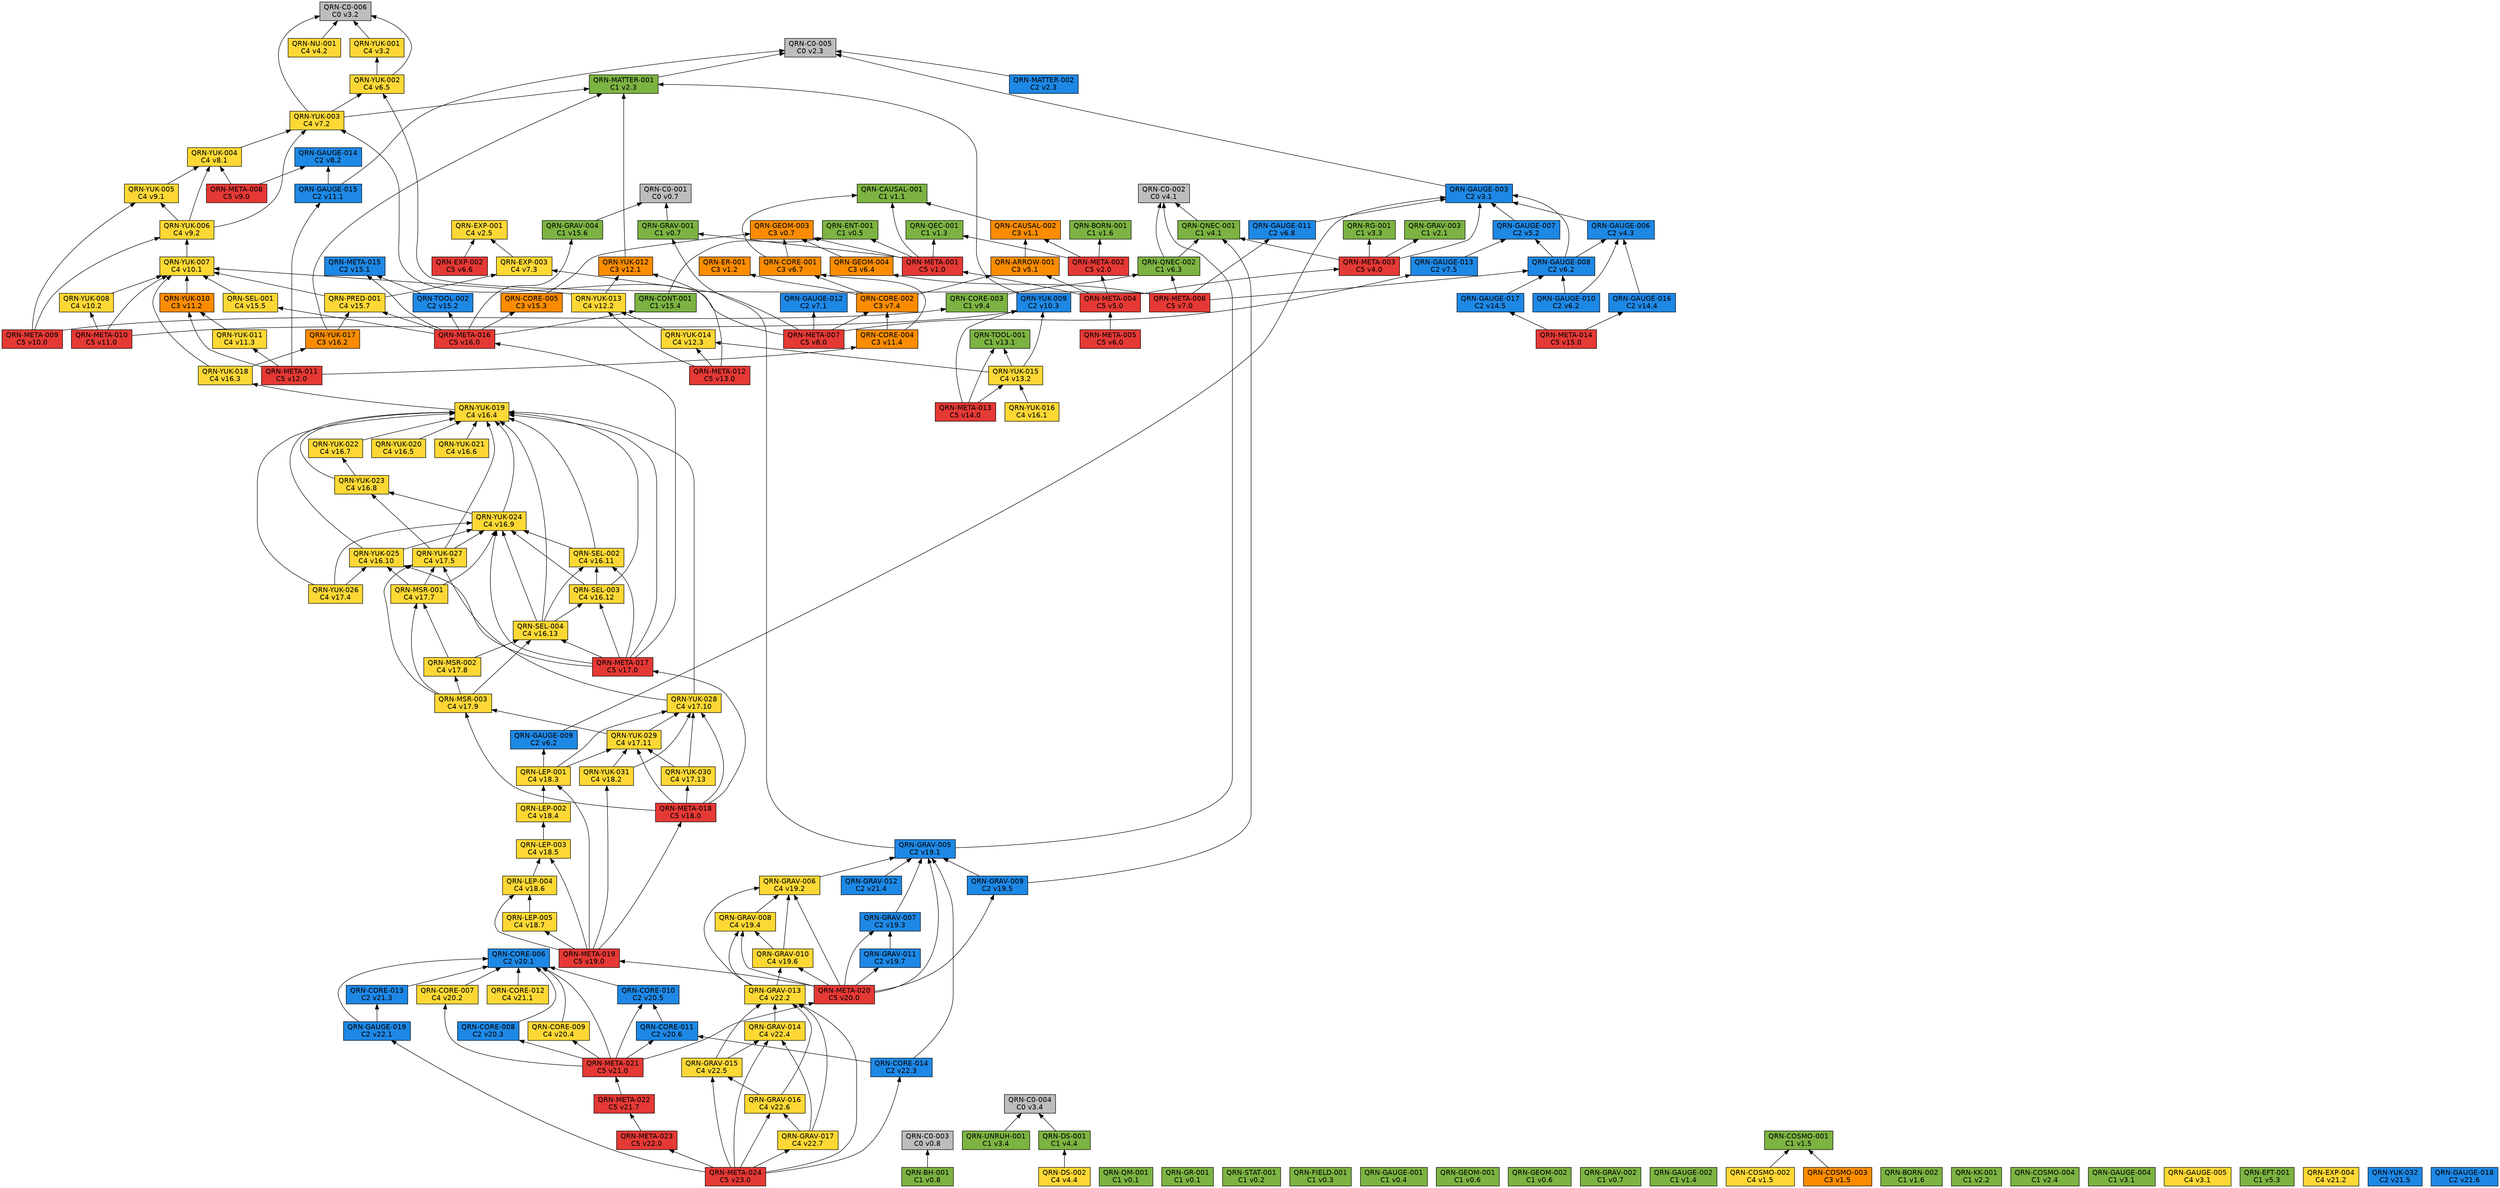
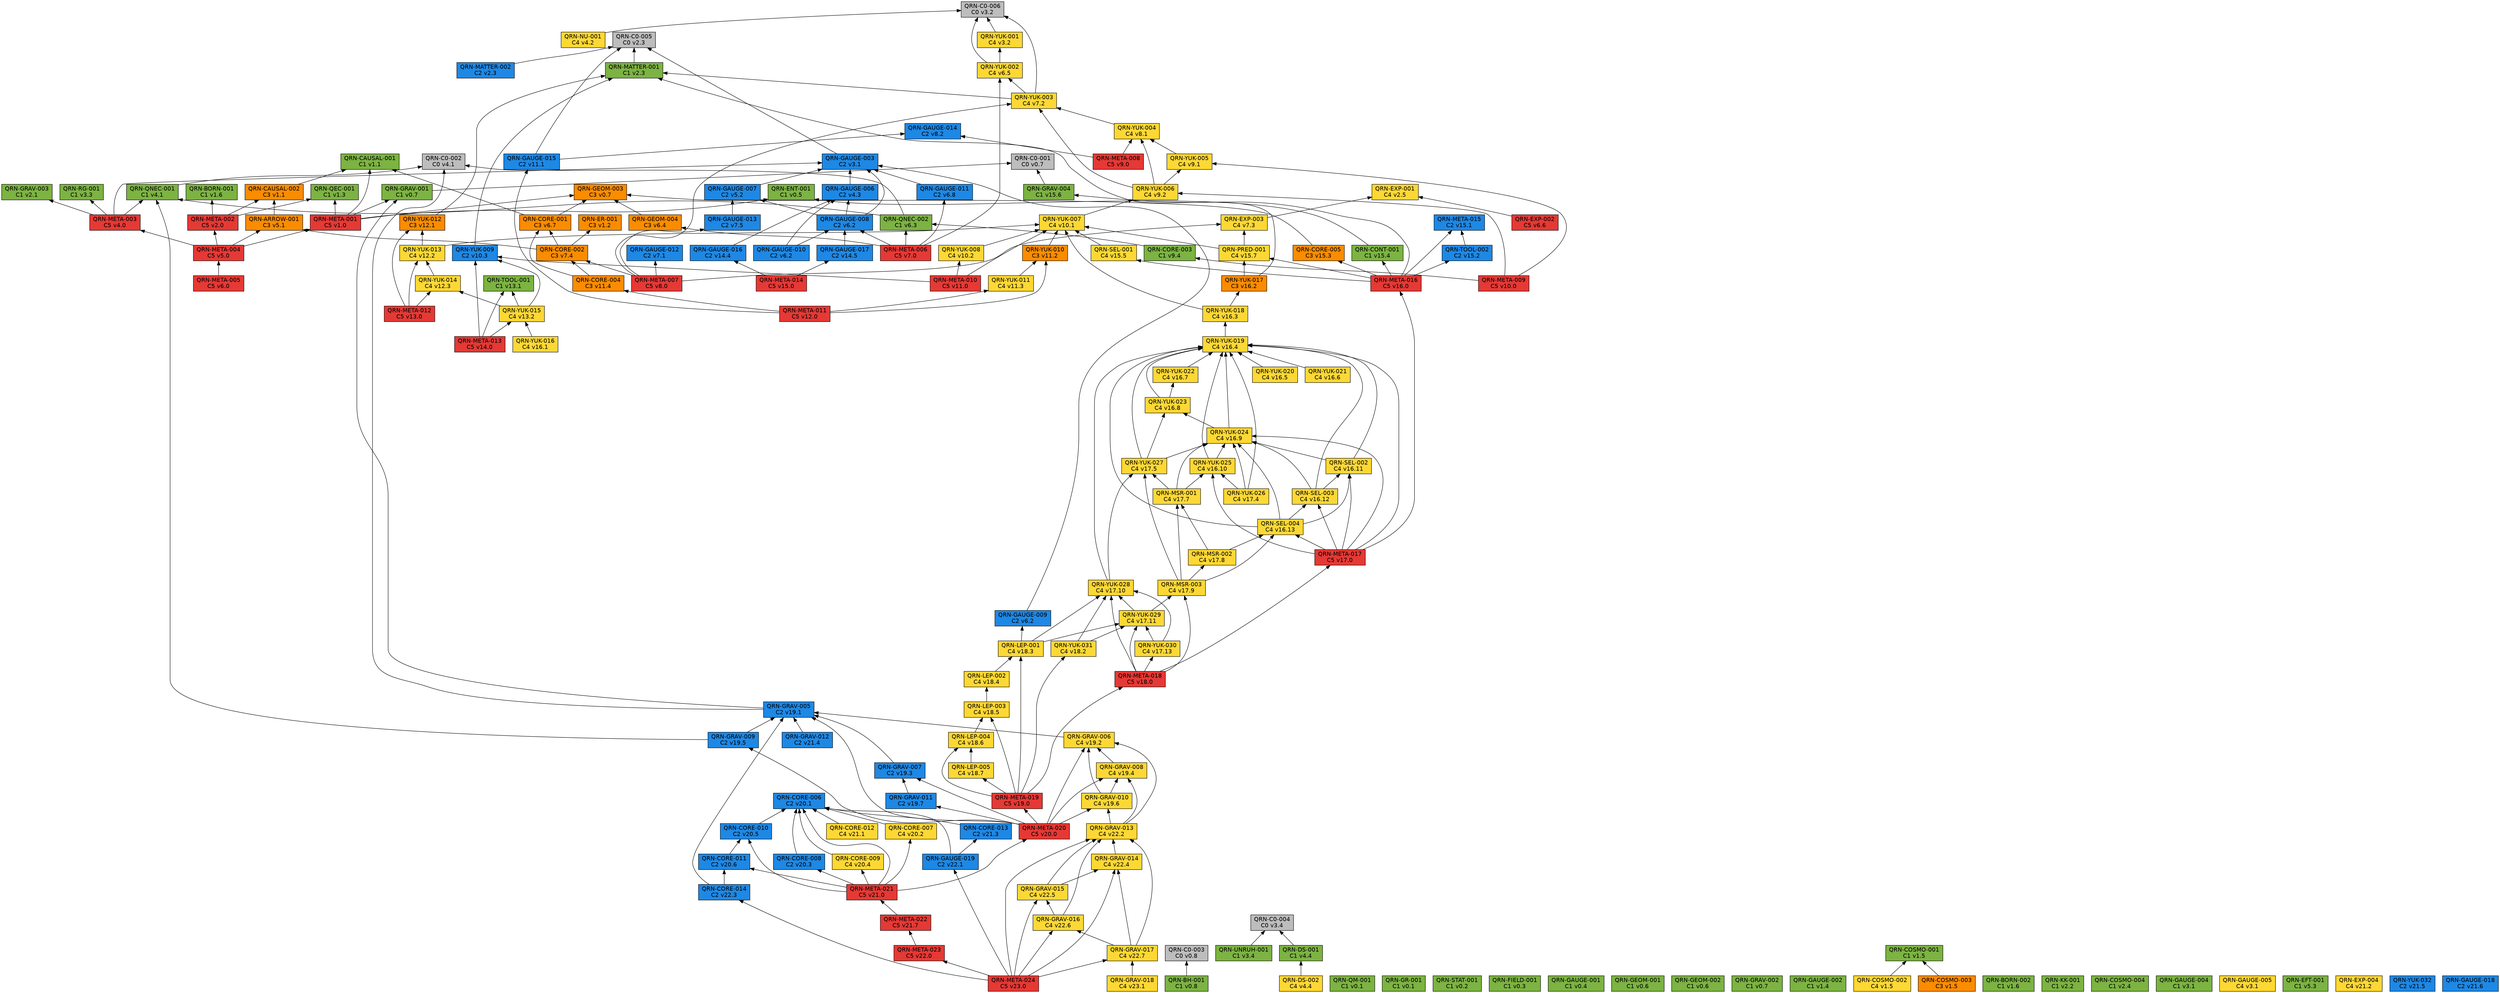
// 自動生成 (dag/report.pl) — QRN 主張依存グラフ
digraph qrn {
  rankdir=BT;
  node [shape=box, style=filled, fontname="Helvetica"];
  "QRN-C0-001" [fillcolor="#bdbdbd", label="QRN-C0-001\nC0 v0.7"];
  "QRN-C0-002" [fillcolor="#bdbdbd", label="QRN-C0-002\nC0 v4.1"];
  "QRN-C0-003" [fillcolor="#bdbdbd", label="QRN-C0-003\nC0 v0.8"];
  "QRN-C0-004" [fillcolor="#bdbdbd", label="QRN-C0-004\nC0 v3.4"];
  "QRN-C0-005" [fillcolor="#bdbdbd", label="QRN-C0-005\nC0 v2.3"];
  "QRN-C0-006" [fillcolor="#bdbdbd", label="QRN-C0-006\nC0 v3.2"];
  "QRN-QM-001" [fillcolor="#7cb342", label="QRN-QM-001\nC1 v0.1"];
  "QRN-GR-001" [fillcolor="#7cb342", label="QRN-GR-001\nC1 v0.1"];
  "QRN-STAT-001" [fillcolor="#7cb342", label="QRN-STAT-001\nC1 v0.2"];
  "QRN-FIELD-001" [fillcolor="#7cb342", label="QRN-FIELD-001\nC1 v0.3"];
  "QRN-GAUGE-001" [fillcolor="#7cb342", label="QRN-GAUGE-001\nC1 v0.4"];
  "QRN-ENT-001" [fillcolor="#7cb342", label="QRN-ENT-001\nC1 v0.5"];
  "QRN-GEOM-001" [fillcolor="#7cb342", label="QRN-GEOM-001\nC1 v0.6"];
  "QRN-GEOM-002" [fillcolor="#7cb342", label="QRN-GEOM-002\nC1 v0.6"];
  "QRN-GEOM-003" [fillcolor="#fb8c00", label="QRN-GEOM-003\nC3 v0.7"];
  "QRN-GRAV-001" [fillcolor="#7cb342", label="QRN-GRAV-001\nC1 v0.7"];
  "QRN-GRAV-002" [fillcolor="#7cb342", label="QRN-GRAV-002\nC1 v0.7"];
  "QRN-BH-001" [fillcolor="#7cb342", label="QRN-BH-001\nC1 v0.8"];
  "QRN-CAUSAL-001" [fillcolor="#7cb342", label="QRN-CAUSAL-001\nC1 v1.1"];
  "QRN-CAUSAL-002" [fillcolor="#fb8c00", label="QRN-CAUSAL-002\nC3 v1.1"];
  "QRN-ER-001" [fillcolor="#fb8c00", label="QRN-ER-001\nC3 v1.2"];
  "QRN-QEC-001" [fillcolor="#7cb342", label="QRN-QEC-001\nC1 v1.3"];
  "QRN-GAUGE-002" [fillcolor="#7cb342", label="QRN-GAUGE-002\nC1 v1.4"];
  "QRN-COSMO-001" [fillcolor="#7cb342", label="QRN-COSMO-001\nC1 v1.5"];
  "QRN-COSMO-002" [fillcolor="#fdd835", label="QRN-COSMO-002\nC4 v1.5"];
  "QRN-COSMO-003" [fillcolor="#fb8c00", label="QRN-COSMO-003\nC3 v1.5"];
  "QRN-BORN-001" [fillcolor="#7cb342", label="QRN-BORN-001\nC1 v1.6"];
  "QRN-BORN-002" [fillcolor="#7cb342", label="QRN-BORN-002\nC1 v1.6"];
  "QRN-GRAV-003" [fillcolor="#7cb342", label="QRN-GRAV-003\nC1 v2.1"];
  "QRN-KK-001" [fillcolor="#7cb342", label="QRN-KK-001\nC1 v2.2"];
  "QRN-MATTER-001" [fillcolor="#7cb342", label="QRN-MATTER-001\nC1 v2.3"];
  "QRN-MATTER-002" [fillcolor="#1e88e5", label="QRN-MATTER-002\nC2 v2.3"];
  "QRN-COSMO-004" [fillcolor="#7cb342", label="QRN-COSMO-004\nC1 v2.4"];
  "QRN-EXP-001" [fillcolor="#fdd835", label="QRN-EXP-001\nC4 v2.5"];
  "QRN-GAUGE-003" [fillcolor="#1e88e5", label="QRN-GAUGE-003\nC2 v3.1"];
  "QRN-GAUGE-004" [fillcolor="#7cb342", label="QRN-GAUGE-004\nC1 v3.1"];
  "QRN-GAUGE-005" [fillcolor="#fdd835", label="QRN-GAUGE-005\nC4 v3.1"];
  "QRN-YUK-001" [fillcolor="#fdd835", label="QRN-YUK-001\nC4 v3.2"];
  "QRN-RG-001" [fillcolor="#7cb342", label="QRN-RG-001\nC1 v3.3"];
  "QRN-UNRUH-001" [fillcolor="#7cb342", label="QRN-UNRUH-001\nC1 v3.4"];
  "QRN-QNEC-001" [fillcolor="#7cb342", label="QRN-QNEC-001\nC1 v4.1"];
  "QRN-NU-001" [fillcolor="#fdd835", label="QRN-NU-001\nC4 v4.2"];
  "QRN-GAUGE-006" [fillcolor="#1e88e5", label="QRN-GAUGE-006\nC2 v4.3"];
  "QRN-DS-001" [fillcolor="#7cb342", label="QRN-DS-001\nC1 v4.4"];
  "QRN-DS-002" [fillcolor="#fdd835", label="QRN-DS-002\nC4 v4.4"];
  "QRN-ARROW-001" [fillcolor="#fb8c00", label="QRN-ARROW-001\nC3 v5.1"];
  "QRN-GAUGE-007" [fillcolor="#1e88e5", label="QRN-GAUGE-007\nC2 v5.2"];
  "QRN-EFT-001" [fillcolor="#7cb342", label="QRN-EFT-001\nC1 v5.3"];
  "QRN-GAUGE-008" [fillcolor="#1e88e5", label="QRN-GAUGE-008\nC2 v6.2"];
  "QRN-GAUGE-009" [fillcolor="#1e88e5", label="QRN-GAUGE-009\nC2 v6.2"];
  "QRN-GAUGE-010" [fillcolor="#1e88e5", label="QRN-GAUGE-010\nC2 v6.2"];
  "QRN-QNEC-002" [fillcolor="#7cb342", label="QRN-QNEC-002\nC1 v6.3"];
  "QRN-GEOM-004" [fillcolor="#fb8c00", label="QRN-GEOM-004\nC3 v6.4"];
  "QRN-YUK-002" [fillcolor="#fdd835", label="QRN-YUK-002\nC4 v6.5"];
  "QRN-EXP-002" [fillcolor="#e53935", label="QRN-EXP-002\nC5 v6.6"];
  "QRN-CORE-001" [fillcolor="#fb8c00", label="QRN-CORE-001\nC3 v6.7"];
  "QRN-GAUGE-011" [fillcolor="#1e88e5", label="QRN-GAUGE-011\nC2 v6.8"];
  "QRN-GAUGE-012" [fillcolor="#1e88e5", label="QRN-GAUGE-012\nC2 v7.1"];
  "QRN-YUK-003" [fillcolor="#fdd835", label="QRN-YUK-003\nC4 v7.2"];
  "QRN-EXP-003" [fillcolor="#fdd835", label="QRN-EXP-003\nC4 v7.3"];
  "QRN-CORE-002" [fillcolor="#fb8c00", label="QRN-CORE-002\nC3 v7.4"];
  "QRN-GAUGE-013" [fillcolor="#1e88e5", label="QRN-GAUGE-013\nC2 v7.5"];
  "QRN-YUK-004" [fillcolor="#fdd835", label="QRN-YUK-004\nC4 v8.1"];
  "QRN-GAUGE-014" [fillcolor="#1e88e5", label="QRN-GAUGE-014\nC2 v8.2"];
  "QRN-META-001" [fillcolor="#e53935", label="QRN-META-001\nC5 v1.0"];
  "QRN-META-002" [fillcolor="#e53935", label="QRN-META-002\nC5 v2.0"];
  "QRN-META-003" [fillcolor="#e53935", label="QRN-META-003\nC5 v4.0"];
  "QRN-META-004" [fillcolor="#e53935", label="QRN-META-004\nC5 v5.0"];
  "QRN-META-005" [fillcolor="#e53935", label="QRN-META-005\nC5 v6.0"];
  "QRN-META-006" [fillcolor="#e53935", label="QRN-META-006\nC5 v7.0"];
  "QRN-META-007" [fillcolor="#e53935", label="QRN-META-007\nC5 v8.0"];
  "QRN-META-008" [fillcolor="#e53935", label="QRN-META-008\nC5 v9.0"];
  "QRN-YUK-005" [fillcolor="#fdd835", label="QRN-YUK-005\nC4 v9.1"];
  "QRN-YUK-006" [fillcolor="#fdd835", label="QRN-YUK-006\nC4 v9.2"];
  "QRN-CORE-003" [fillcolor="#7cb342", label="QRN-CORE-003\nC1 v9.4"];
  "QRN-META-009" [fillcolor="#e53935", label="QRN-META-009\nC5 v10.0"];
  "QRN-YUK-007" [fillcolor="#fdd835", label="QRN-YUK-007\nC4 v10.1"];
  "QRN-YUK-008" [fillcolor="#fdd835", label="QRN-YUK-008\nC4 v10.2"];
  "QRN-YUK-009" [fillcolor="#1e88e5", label="QRN-YUK-009\nC2 v10.3"];
  "QRN-META-010" [fillcolor="#e53935", label="QRN-META-010\nC5 v11.0"];
  "QRN-GAUGE-015" [fillcolor="#1e88e5", label="QRN-GAUGE-015\nC2 v11.1"];
  "QRN-YUK-010" [fillcolor="#fb8c00", label="QRN-YUK-010\nC3 v11.2"];
  "QRN-YUK-011" [fillcolor="#fdd835", label="QRN-YUK-011\nC4 v11.3"];
  "QRN-CORE-004" [fillcolor="#fb8c00", label="QRN-CORE-004\nC3 v11.4"];
  "QRN-META-011" [fillcolor="#e53935", label="QRN-META-011\nC5 v12.0"];
  "QRN-YUK-012" [fillcolor="#fb8c00", label="QRN-YUK-012\nC3 v12.1"];
  "QRN-YUK-013" [fillcolor="#fdd835", label="QRN-YUK-013\nC4 v12.2"];
  "QRN-YUK-014" [fillcolor="#fdd835", label="QRN-YUK-014\nC4 v12.3"];
  "QRN-META-012" [fillcolor="#e53935", label="QRN-META-012\nC5 v13.0"];
  "QRN-TOOL-001" [fillcolor="#7cb342", label="QRN-TOOL-001\nC1 v13.1"];
  "QRN-YUK-015" [fillcolor="#fdd835", label="QRN-YUK-015\nC4 v13.2"];
  "QRN-META-013" [fillcolor="#e53935", label="QRN-META-013\nC5 v14.0"];
  "QRN-GAUGE-016" [fillcolor="#1e88e5", label="QRN-GAUGE-016\nC2 v14.4"];
  "QRN-GAUGE-017" [fillcolor="#1e88e5", label="QRN-GAUGE-017\nC2 v14.5"];
  "QRN-META-014" [fillcolor="#e53935", label="QRN-META-014\nC5 v15.0"];
  "QRN-META-015" [fillcolor="#1e88e5", label="QRN-META-015\nC2 v15.1"];
  "QRN-TOOL-002" [fillcolor="#1e88e5", label="QRN-TOOL-002\nC2 v15.2"];
  "QRN-CORE-005" [fillcolor="#fb8c00", label="QRN-CORE-005\nC3 v15.3"];
  "QRN-CONT-001" [fillcolor="#7cb342", label="QRN-CONT-001\nC1 v15.4"];
  "QRN-SEL-001" [fillcolor="#fdd835", label="QRN-SEL-001\nC4 v15.5"];
  "QRN-GRAV-004" [fillcolor="#7cb342", label="QRN-GRAV-004\nC1 v15.6"];
  "QRN-PRED-001" [fillcolor="#fdd835", label="QRN-PRED-001\nC4 v15.7"];
  "QRN-META-016" [fillcolor="#e53935", label="QRN-META-016\nC5 v16.0"];
  "QRN-YUK-016" [fillcolor="#fdd835", label="QRN-YUK-016\nC4 v16.1"];
  "QRN-YUK-017" [fillcolor="#fb8c00", label="QRN-YUK-017\nC3 v16.2"];
  "QRN-YUK-018" [fillcolor="#fdd835", label="QRN-YUK-018\nC4 v16.3"];
  "QRN-YUK-019" [fillcolor="#fdd835", label="QRN-YUK-019\nC4 v16.4"];
  "QRN-YUK-020" [fillcolor="#fdd835", label="QRN-YUK-020\nC4 v16.5"];
  "QRN-YUK-021" [fillcolor="#fdd835", label="QRN-YUK-021\nC4 v16.6"];
  "QRN-YUK-022" [fillcolor="#fdd835", label="QRN-YUK-022\nC4 v16.7"];
  "QRN-YUK-023" [fillcolor="#fdd835", label="QRN-YUK-023\nC4 v16.8"];
  "QRN-YUK-024" [fillcolor="#fdd835", label="QRN-YUK-024\nC4 v16.9"];
  "QRN-YUK-025" [fillcolor="#fdd835", label="QRN-YUK-025\nC4 v16.10"];
  "QRN-SEL-002" [fillcolor="#fdd835", label="QRN-SEL-002\nC4 v16.11"];
  "QRN-SEL-003" [fillcolor="#fdd835", label="QRN-SEL-003\nC4 v16.12"];
  "QRN-SEL-004" [fillcolor="#fdd835", label="QRN-SEL-004\nC4 v16.13"];
  "QRN-META-017" [fillcolor="#e53935", label="QRN-META-017\nC5 v17.0"];
  "QRN-YUK-026" [fillcolor="#fdd835", label="QRN-YUK-026\nC4 v17.4"];
  "QRN-YUK-027" [fillcolor="#fdd835", label="QRN-YUK-027\nC4 v17.5"];
  "QRN-MSR-001" [fillcolor="#fdd835", label="QRN-MSR-001\nC4 v17.7"];
  "QRN-MSR-002" [fillcolor="#fdd835", label="QRN-MSR-002\nC4 v17.8"];
  "QRN-MSR-003" [fillcolor="#fdd835", label="QRN-MSR-003\nC4 v17.9"];
  "QRN-YUK-028" [fillcolor="#fdd835", label="QRN-YUK-028\nC4 v17.10"];
  "QRN-YUK-029" [fillcolor="#fdd835", label="QRN-YUK-029\nC4 v17.11"];
  "QRN-YUK-030" [fillcolor="#fdd835", label="QRN-YUK-030\nC4 v17.13"];
  "QRN-META-018" [fillcolor="#e53935", label="QRN-META-018\nC5 v18.0"];
  "QRN-YUK-031" [fillcolor="#fdd835", label="QRN-YUK-031\nC4 v18.2"];
  "QRN-LEP-001" [fillcolor="#fdd835", label="QRN-LEP-001\nC4 v18.3"];
  "QRN-LEP-002" [fillcolor="#fdd835", label="QRN-LEP-002\nC4 v18.4"];
  "QRN-LEP-003" [fillcolor="#fdd835", label="QRN-LEP-003\nC4 v18.5"];
  "QRN-LEP-004" [fillcolor="#fdd835", label="QRN-LEP-004\nC4 v18.6"];
  "QRN-LEP-005" [fillcolor="#fdd835", label="QRN-LEP-005\nC4 v18.7"];
  "QRN-META-019" [fillcolor="#e53935", label="QRN-META-019\nC5 v19.0"];
  "QRN-GRAV-005" [fillcolor="#1e88e5", label="QRN-GRAV-005\nC2 v19.1"];
  "QRN-GRAV-006" [fillcolor="#fdd835", label="QRN-GRAV-006\nC4 v19.2"];
  "QRN-GRAV-007" [fillcolor="#1e88e5", label="QRN-GRAV-007\nC2 v19.3"];
  "QRN-GRAV-008" [fillcolor="#fdd835", label="QRN-GRAV-008\nC4 v19.4"];
  "QRN-GRAV-009" [fillcolor="#1e88e5", label="QRN-GRAV-009\nC2 v19.5"];
  "QRN-GRAV-010" [fillcolor="#fdd835", label="QRN-GRAV-010\nC4 v19.6"];
  "QRN-GRAV-011" [fillcolor="#1e88e5", label="QRN-GRAV-011\nC2 v19.7"];
  "QRN-META-020" [fillcolor="#e53935", label="QRN-META-020\nC5 v20.0"];
  "QRN-CORE-006" [fillcolor="#1e88e5", label="QRN-CORE-006\nC2 v20.1"];
  "QRN-CORE-007" [fillcolor="#fdd835", label="QRN-CORE-007\nC4 v20.2"];
  "QRN-CORE-008" [fillcolor="#1e88e5", label="QRN-CORE-008\nC2 v20.3"];
  "QRN-CORE-009" [fillcolor="#fdd835", label="QRN-CORE-009\nC4 v20.4"];
  "QRN-CORE-010" [fillcolor="#1e88e5", label="QRN-CORE-010\nC2 v20.5"];
  "QRN-CORE-011" [fillcolor="#1e88e5", label="QRN-CORE-011\nC2 v20.6"];
  "QRN-META-021" [fillcolor="#e53935", label="QRN-META-021\nC5 v21.0"];
  "QRN-CORE-012" [fillcolor="#fdd835", label="QRN-CORE-012\nC4 v21.1"];
  "QRN-EXP-004" [fillcolor="#fdd835", label="QRN-EXP-004\nC4 v21.2"];
  "QRN-CORE-013" [fillcolor="#1e88e5", label="QRN-CORE-013\nC2 v21.3"];
  "QRN-GRAV-012" [fillcolor="#1e88e5", label="QRN-GRAV-012\nC2 v21.4"];
  "QRN-YUK-032" [fillcolor="#1e88e5", label="QRN-YUK-032\nC2 v21.5"];
  "QRN-GAUGE-018" [fillcolor="#1e88e5", label="QRN-GAUGE-018\nC2 v21.6"];
  "QRN-META-022" [fillcolor="#e53935", label="QRN-META-022\nC5 v21.7"];
  "QRN-META-023" [fillcolor="#e53935", label="QRN-META-023\nC5 v22.0"];
  "QRN-CORE-014" [fillcolor="#1e88e5", label="QRN-CORE-014\nC2 v22.3"];
  "QRN-GRAV-013" [fillcolor="#fdd835", label="QRN-GRAV-013\nC4 v22.2"];
  "QRN-GRAV-014" [fillcolor="#fdd835", label="QRN-GRAV-014\nC4 v22.4"];
  "QRN-GRAV-015" [fillcolor="#fdd835", label="QRN-GRAV-015\nC4 v22.5"];
  "QRN-GRAV-016" [fillcolor="#fdd835", label="QRN-GRAV-016\nC4 v22.6"];
  "QRN-GRAV-017" [fillcolor="#fdd835", label="QRN-GRAV-017\nC4 v22.7"];
  "QRN-GAUGE-019" [fillcolor="#1e88e5", label="QRN-GAUGE-019\nC2 v22.1"];
  "QRN-META-024" [fillcolor="#e53935", label="QRN-META-024\nC5 v23.0"];
+   "QRN-GRAV-018" [fillcolor="#fdd835", label="QRN-GRAV-018\nC4 v23.1"];
  "QRN-GRAV-001" -> "QRN-C0-001";
  "QRN-BH-001" -> "QRN-C0-003";
  "QRN-CAUSAL-002" -> "QRN-CAUSAL-001";
  "QRN-COSMO-002" -> "QRN-COSMO-001";
  "QRN-COSMO-003" -> "QRN-COSMO-001";
  "QRN-MATTER-001" -> "QRN-C0-005";
  "QRN-MATTER-002" -> "QRN-C0-005";
  "QRN-GAUGE-003" -> "QRN-C0-005";
  "QRN-YUK-001" -> "QRN-C0-006";
  "QRN-UNRUH-001" -> "QRN-C0-004";
  "QRN-QNEC-001" -> "QRN-C0-002";
  "QRN-NU-001" -> "QRN-C0-006";
  "QRN-GAUGE-006" -> "QRN-GAUGE-003";
  "QRN-DS-001" -> "QRN-C0-004";
  "QRN-DS-002" -> "QRN-DS-001";
  "QRN-ARROW-001" -> "QRN-CAUSAL-002";
  "QRN-GAUGE-007" -> "QRN-GAUGE-003";
  "QRN-GAUGE-008" -> "QRN-GAUGE-003";
  "QRN-GAUGE-008" -> "QRN-GAUGE-006";
  "QRN-GAUGE-008" -> "QRN-GAUGE-007";
  "QRN-GAUGE-009" -> "QRN-GAUGE-003";
  "QRN-GAUGE-010" -> "QRN-GAUGE-006";
  "QRN-GAUGE-010" -> "QRN-GAUGE-008";
  "QRN-QNEC-002" -> "QRN-C0-002";
  "QRN-QNEC-002" -> "QRN-QNEC-001";
  "QRN-GEOM-004" -> "QRN-GEOM-003";
  "QRN-YUK-002" -> "QRN-C0-006";
  "QRN-YUK-002" -> "QRN-YUK-001";
  "QRN-EXP-002" -> "QRN-EXP-001";
  "QRN-CORE-001" -> "QRN-GEOM-003";
  "QRN-CORE-001" -> "QRN-CAUSAL-001";
  "QRN-GAUGE-011" -> "QRN-GAUGE-003";
  "QRN-YUK-003" -> "QRN-C0-006";
  "QRN-YUK-003" -> "QRN-MATTER-001";
  "QRN-YUK-003" -> "QRN-YUK-002";
  "QRN-EXP-003" -> "QRN-EXP-001";
  "QRN-CORE-002" -> "QRN-CORE-001";
  "QRN-CORE-002" -> "QRN-ER-001";
  "QRN-CORE-002" -> "QRN-ARROW-001";
  "QRN-GAUGE-013" -> "QRN-GAUGE-007";
  "QRN-YUK-004" -> "QRN-YUK-003";
  "QRN-META-001" -> "QRN-GEOM-003";
  "QRN-META-001" -> "QRN-GRAV-001";
  "QRN-META-001" -> "QRN-CAUSAL-001";
  "QRN-META-001" -> "QRN-QEC-001";
  "QRN-META-001" -> "QRN-ENT-001";
  "QRN-META-002" -> "QRN-QEC-001";
  "QRN-META-002" -> "QRN-BORN-001";
  "QRN-META-002" -> "QRN-CAUSAL-002";
  "QRN-META-003" -> "QRN-GAUGE-003";
  "QRN-META-003" -> "QRN-RG-001";
  "QRN-META-003" -> "QRN-QNEC-001";
  "QRN-META-003" -> "QRN-GRAV-003";
  "QRN-META-004" -> "QRN-META-001";
  "QRN-META-004" -> "QRN-META-002";
  "QRN-META-004" -> "QRN-META-003";
  "QRN-META-004" -> "QRN-ARROW-001";
  "QRN-META-005" -> "QRN-META-004";
  "QRN-META-006" -> "QRN-GAUGE-008";
  "QRN-META-006" -> "QRN-QNEC-002";
  "QRN-META-006" -> "QRN-GEOM-004";
  "QRN-META-006" -> "QRN-YUK-002";
  "QRN-META-006" -> "QRN-GAUGE-011";
  "QRN-META-007" -> "QRN-GAUGE-012";
  "QRN-META-007" -> "QRN-YUK-003";
  "QRN-META-007" -> "QRN-EXP-003";
  "QRN-META-007" -> "QRN-CORE-002";
  "QRN-META-007" -> "QRN-GAUGE-013";
  "QRN-META-008" -> "QRN-YUK-004";
  "QRN-META-008" -> "QRN-GAUGE-014";
  "QRN-YUK-005" -> "QRN-YUK-004";
  "QRN-YUK-006" -> "QRN-YUK-003";
  "QRN-YUK-006" -> "QRN-YUK-004";
  "QRN-YUK-006" -> "QRN-YUK-005";
  "QRN-CORE-003" -> "QRN-QNEC-002";
  "QRN-META-009" -> "QRN-YUK-005";
  "QRN-META-009" -> "QRN-YUK-006";
  "QRN-META-009" -> "QRN-CORE-003";
  "QRN-YUK-007" -> "QRN-YUK-006";
  "QRN-YUK-008" -> "QRN-YUK-007";
  "QRN-YUK-009" -> "QRN-MATTER-001";
  "QRN-META-010" -> "QRN-YUK-007";
  "QRN-META-010" -> "QRN-YUK-008";
  "QRN-META-010" -> "QRN-YUK-009";
  "QRN-GAUGE-015" -> "QRN-C0-005";
  "QRN-GAUGE-015" -> "QRN-GAUGE-014";
  "QRN-YUK-010" -> "QRN-YUK-007";
  "QRN-YUK-011" -> "QRN-YUK-010";
  "QRN-CORE-004" -> "QRN-CORE-001";
  "QRN-CORE-004" -> "QRN-CORE-002";
  "QRN-META-011" -> "QRN-GAUGE-015";
  "QRN-META-011" -> "QRN-YUK-010";
  "QRN-META-011" -> "QRN-YUK-011";
  "QRN-META-011" -> "QRN-CORE-004";
  "QRN-YUK-012" -> "QRN-MATTER-001";
  "QRN-YUK-013" -> "QRN-YUK-012";
  "QRN-YUK-013" -> "QRN-YUK-007";
  "QRN-YUK-014" -> "QRN-YUK-013";
  "QRN-META-012" -> "QRN-YUK-012";
  "QRN-META-012" -> "QRN-YUK-013";
  "QRN-META-012" -> "QRN-YUK-014";
  "QRN-YUK-015" -> "QRN-YUK-014";
  "QRN-YUK-015" -> "QRN-TOOL-001";
  "QRN-YUK-015" -> "QRN-YUK-009";
  "QRN-META-013" -> "QRN-YUK-015";
  "QRN-META-013" -> "QRN-TOOL-001";
  "QRN-META-013" -> "QRN-YUK-009";
  "QRN-GAUGE-016" -> "QRN-GAUGE-006";
  "QRN-GAUGE-017" -> "QRN-GAUGE-008";
  "QRN-META-014" -> "QRN-GAUGE-016";
  "QRN-META-014" -> "QRN-GAUGE-017";
  "QRN-TOOL-002" -> "QRN-META-015";
  "QRN-CORE-005" -> "QRN-GEOM-003";
  "QRN-CONT-001" -> "QRN-ENT-001";
  "QRN-SEL-001" -> "QRN-YUK-007";
  "QRN-GRAV-004" -> "QRN-C0-001";
  "QRN-PRED-001" -> "QRN-YUK-007";
  "QRN-PRED-001" -> "QRN-EXP-003";
  "QRN-META-016" -> "QRN-META-015";
  "QRN-META-016" -> "QRN-TOOL-002";
  "QRN-META-016" -> "QRN-CORE-005";
  "QRN-META-016" -> "QRN-CONT-001";
  "QRN-META-016" -> "QRN-SEL-001";
  "QRN-META-016" -> "QRN-GRAV-004";
  "QRN-META-016" -> "QRN-PRED-001";
  "QRN-YUK-016" -> "QRN-YUK-015";
  "QRN-YUK-017" -> "QRN-MATTER-001";
  "QRN-YUK-017" -> "QRN-PRED-001";
  "QRN-YUK-018" -> "QRN-YUK-017";
  "QRN-YUK-018" -> "QRN-YUK-007";
  "QRN-YUK-019" -> "QRN-YUK-018";
  "QRN-YUK-020" -> "QRN-YUK-019";
  "QRN-YUK-021" -> "QRN-YUK-019";
  "QRN-YUK-022" -> "QRN-YUK-019";
  "QRN-YUK-023" -> "QRN-YUK-019";
  "QRN-YUK-023" -> "QRN-YUK-022";
  "QRN-YUK-024" -> "QRN-YUK-019";
  "QRN-YUK-024" -> "QRN-YUK-023";
  "QRN-YUK-025" -> "QRN-YUK-019";
  "QRN-YUK-025" -> "QRN-YUK-024";
  "QRN-SEL-002" -> "QRN-YUK-019";
  "QRN-SEL-002" -> "QRN-YUK-024";
  "QRN-SEL-003" -> "QRN-YUK-019";
  "QRN-SEL-003" -> "QRN-YUK-024";
  "QRN-SEL-003" -> "QRN-SEL-002";
  "QRN-SEL-004" -> "QRN-YUK-019";
  "QRN-SEL-004" -> "QRN-YUK-024";
  "QRN-SEL-004" -> "QRN-SEL-002";
  "QRN-SEL-004" -> "QRN-SEL-003";
  "QRN-META-017" -> "QRN-META-016";
  "QRN-META-017" -> "QRN-YUK-019";
  "QRN-META-017" -> "QRN-YUK-024";
  "QRN-META-017" -> "QRN-YUK-025";
  "QRN-META-017" -> "QRN-SEL-002";
  "QRN-META-017" -> "QRN-SEL-003";
  "QRN-META-017" -> "QRN-SEL-004";
  "QRN-YUK-026" -> "QRN-YUK-019";
  "QRN-YUK-026" -> "QRN-YUK-024";
  "QRN-YUK-026" -> "QRN-YUK-025";
  "QRN-YUK-027" -> "QRN-YUK-019";
  "QRN-YUK-027" -> "QRN-YUK-023";
  "QRN-YUK-027" -> "QRN-YUK-024";
  "QRN-MSR-001" -> "QRN-YUK-024";
  "QRN-MSR-001" -> "QRN-YUK-025";
  "QRN-MSR-001" -> "QRN-YUK-027";
  "QRN-MSR-002" -> "QRN-SEL-004";
  "QRN-MSR-002" -> "QRN-MSR-001";
  "QRN-MSR-003" -> "QRN-MSR-001";
  "QRN-MSR-003" -> "QRN-MSR-002";
  "QRN-MSR-003" -> "QRN-SEL-004";
  "QRN-MSR-003" -> "QRN-YUK-027";
  "QRN-YUK-028" -> "QRN-YUK-019";
  "QRN-YUK-028" -> "QRN-YUK-027";
  "QRN-YUK-029" -> "QRN-YUK-028";
  "QRN-YUK-029" -> "QRN-MSR-003";
  "QRN-YUK-030" -> "QRN-YUK-028";
  "QRN-YUK-030" -> "QRN-YUK-029";
  "QRN-META-018" -> "QRN-META-017";
  "QRN-META-018" -> "QRN-MSR-003";
  "QRN-META-018" -> "QRN-YUK-028";
  "QRN-META-018" -> "QRN-YUK-029";
  "QRN-META-018" -> "QRN-YUK-030";
  "QRN-YUK-031" -> "QRN-YUK-028";
  "QRN-YUK-031" -> "QRN-YUK-029";
  "QRN-LEP-001" -> "QRN-YUK-028";
  "QRN-LEP-001" -> "QRN-YUK-029";
  "QRN-LEP-001" -> "QRN-GAUGE-009";
  "QRN-LEP-002" -> "QRN-LEP-001";
  "QRN-LEP-003" -> "QRN-LEP-002";
  "QRN-LEP-004" -> "QRN-LEP-003";
  "QRN-LEP-005" -> "QRN-LEP-004";
  "QRN-META-019" -> "QRN-META-018";
  "QRN-META-019" -> "QRN-YUK-031";
  "QRN-META-019" -> "QRN-LEP-001";
  "QRN-META-019" -> "QRN-LEP-003";
  "QRN-META-019" -> "QRN-LEP-004";
  "QRN-META-019" -> "QRN-LEP-005";
  "QRN-GRAV-005" -> "QRN-C0-002";
  "QRN-GRAV-005" -> "QRN-GRAV-001";
  "QRN-GRAV-006" -> "QRN-GRAV-005";
  "QRN-GRAV-007" -> "QRN-GRAV-005";
  "QRN-GRAV-008" -> "QRN-GRAV-006";
  "QRN-GRAV-009" -> "QRN-GRAV-005";
  "QRN-GRAV-009" -> "QRN-QNEC-001";
  "QRN-GRAV-010" -> "QRN-GRAV-006";
  "QRN-GRAV-010" -> "QRN-GRAV-008";
  "QRN-GRAV-011" -> "QRN-GRAV-007";
  "QRN-META-020" -> "QRN-META-019";
  "QRN-META-020" -> "QRN-GRAV-005";
  "QRN-META-020" -> "QRN-GRAV-006";
  "QRN-META-020" -> "QRN-GRAV-007";
  "QRN-META-020" -> "QRN-GRAV-008";
  "QRN-META-020" -> "QRN-GRAV-009";
  "QRN-META-020" -> "QRN-GRAV-010";
  "QRN-META-020" -> "QRN-GRAV-011";
  "QRN-CORE-007" -> "QRN-CORE-006";
  "QRN-CORE-008" -> "QRN-CORE-006";
  "QRN-CORE-009" -> "QRN-CORE-006";
  "QRN-CORE-010" -> "QRN-CORE-006";
  "QRN-CORE-011" -> "QRN-CORE-010";
  "QRN-META-021" -> "QRN-META-020";
  "QRN-META-021" -> "QRN-CORE-006";
  "QRN-META-021" -> "QRN-CORE-007";
  "QRN-META-021" -> "QRN-CORE-008";
  "QRN-META-021" -> "QRN-CORE-009";
  "QRN-META-021" -> "QRN-CORE-010";
  "QRN-META-021" -> "QRN-CORE-011";
  "QRN-CORE-012" -> "QRN-CORE-006";
  "QRN-CORE-013" -> "QRN-CORE-006";
  "QRN-GRAV-012" -> "QRN-GRAV-005";
  "QRN-META-022" -> "QRN-META-021";
  "QRN-META-023" -> "QRN-META-022";
  "QRN-CORE-014" -> "QRN-CORE-011";
  "QRN-CORE-014" -> "QRN-GRAV-005";
  "QRN-GRAV-013" -> "QRN-GRAV-006";
  "QRN-GRAV-013" -> "QRN-GRAV-008";
  "QRN-GRAV-013" -> "QRN-GRAV-010";
  "QRN-GRAV-014" -> "QRN-GRAV-013";
  "QRN-GRAV-015" -> "QRN-GRAV-013";
  "QRN-GRAV-015" -> "QRN-GRAV-014";
  "QRN-GRAV-016" -> "QRN-GRAV-013";
  "QRN-GRAV-016" -> "QRN-GRAV-015";
  "QRN-GRAV-017" -> "QRN-GRAV-013";
  "QRN-GRAV-017" -> "QRN-GRAV-014";
  "QRN-GRAV-017" -> "QRN-GRAV-016";
  "QRN-GAUGE-019" -> "QRN-CORE-006";
  "QRN-GAUGE-019" -> "QRN-CORE-013";
  "QRN-META-024" -> "QRN-CORE-014";
  "QRN-META-024" -> "QRN-GRAV-013";
  "QRN-META-024" -> "QRN-GRAV-014";
  "QRN-META-024" -> "QRN-GRAV-015";
  "QRN-META-024" -> "QRN-GRAV-016";
  "QRN-META-024" -> "QRN-GRAV-017";
  "QRN-META-024" -> "QRN-GAUGE-019";
  "QRN-META-024" -> "QRN-META-023";
+   "QRN-GRAV-018" -> "QRN-GRAV-017";
}
